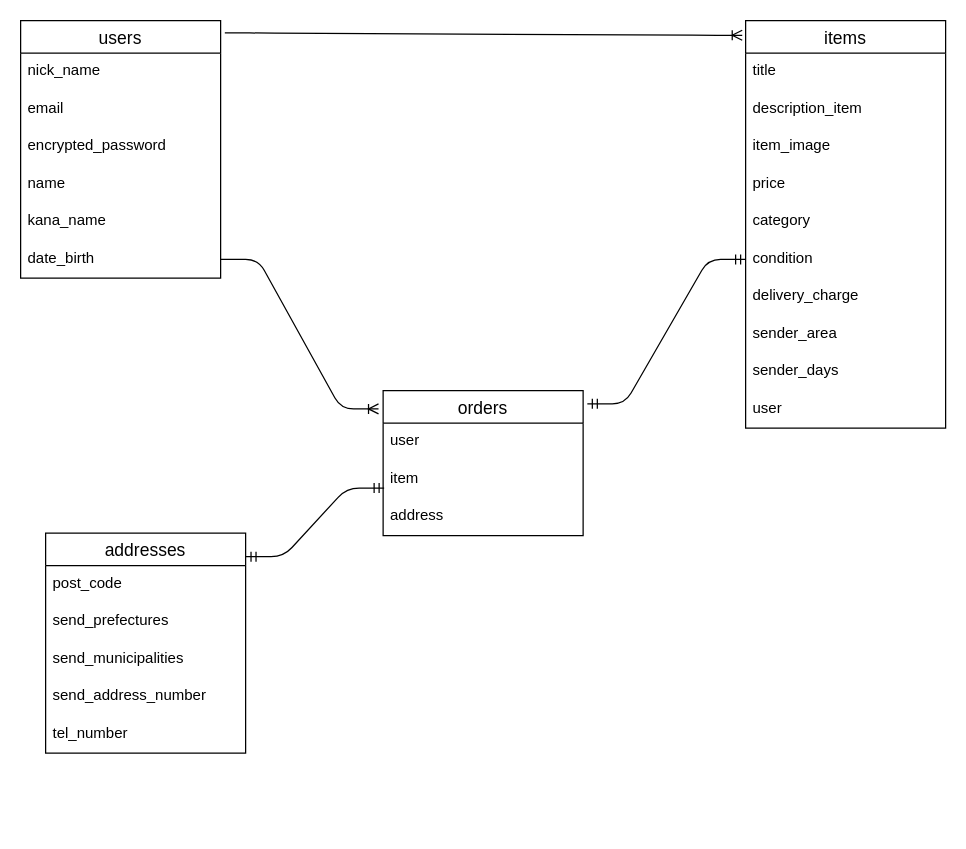
This is page "ページ1" (1 of 2) of er.dio from fuhewat/furima-39379, a draw.io file, before an edit. Source tidied: cells renumbered, new cells numbered last; positions are measured from the earlier drawing's top-left corner, leaving out a move shared by most shapes. Both pictures are drawn from the tidied source at 125%, with x=0, y=0 at pixel (20, 20).
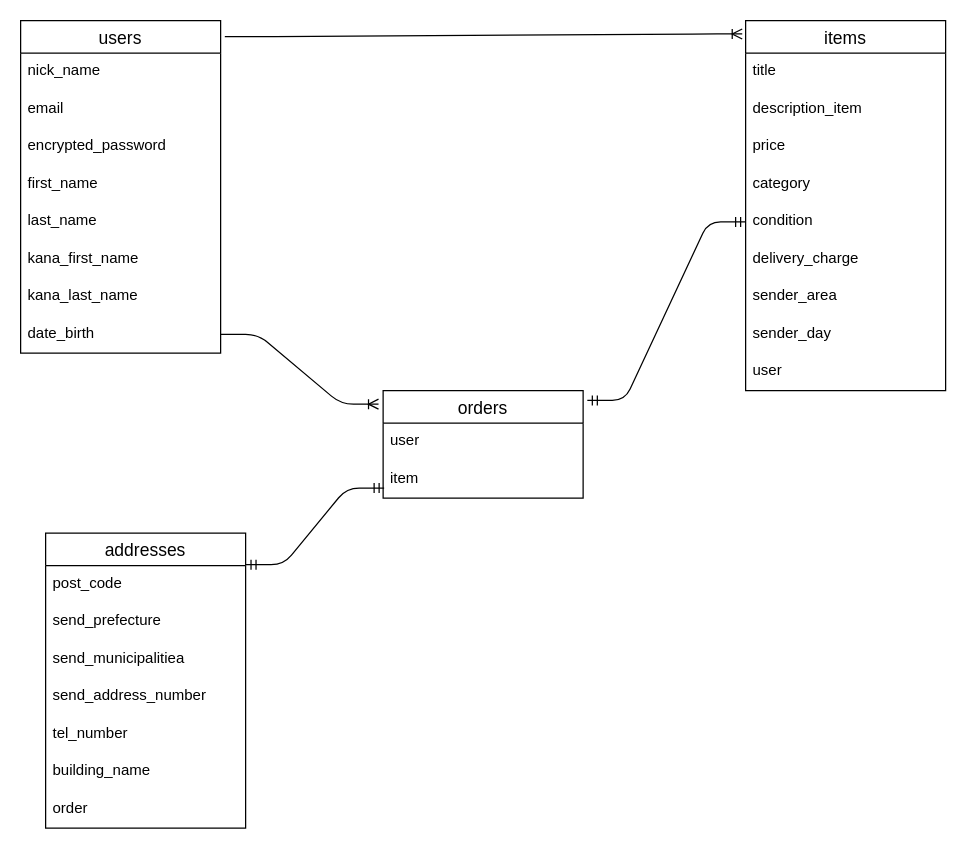
The same page after the edit.

Commit message (it also covers changes not shown here):
ER図、READMEの修正

Diff of the diagram source:
```diff
@@
     <mxCell id="2" value="users" style="swimlane;fontStyle=0;horizontal=1;startSize=26;align=center;fontSize=14;" parent="1" vertex="1">
-      <mxGeometry width="160" height="206" as="geometry" />
+      <mxGeometry width="160" height="266" as="geometry" />
     </mxCell>
@@
-    <mxCell id="6" value="name" style="text;strokeColor=none;fillColor=none;spacingLeft=4;spacingRight=4;overflow=hidden;fontSize=12;" parent="2" vertex="1">
+    <mxCell id="6" value="first_name" style="text;strokeColor=none;fillColor=none;spacingLeft=4;spacingRight=4;overflow=hidden;fontSize=12;" parent="2" vertex="1">
       <mxGeometry y="116" width="160" height="30" as="geometry" />
     </mxCell>
+    <mxCell id="34" value="last_name" style="text;strokeColor=none;fillColor=none;spacingLeft=4;spacingRight=4;overflow=hidden;fontSize=12;" parent="2" vertex="1">
+      <mxGeometry y="146" width="160" height="30" as="geometry" />
+    </mxCell>
-    <mxCell id="7" value="kana_name" style="text;strokeColor=none;fillColor=none;spacingLeft=4;spacingRight=4;overflow=hidden;fontSize=12;" parent="2" vertex="1">
-      <mxGeometry y="146" width="160" height="30" as="geometry" />
+    <mxCell id="7" value="kana_first_name" style="text;strokeColor=none;fillColor=none;spacingLeft=4;spacingRight=4;overflow=hidden;fontSize=12;" parent="2" vertex="1">
+      <mxGeometry y="176" width="160" height="30" as="geometry" />
     </mxCell>
+    <mxCell id="35" value="kana_last_name" style="text;strokeColor=none;fillColor=none;spacingLeft=4;spacingRight=4;overflow=hidden;fontSize=12;" parent="2" vertex="1">
+      <mxGeometry y="206" width="160" height="30" as="geometry" />
+    </mxCell>
     <mxCell id="8" value="date_birth" style="text;strokeColor=none;fillColor=none;spacingLeft=4;spacingRight=4;overflow=hidden;points=[[0,0.5],[1,0.5]];portConstraint=eastwest;fontSize=12;" parent="2" vertex="1">
-      <mxGeometry y="176" width="160" height="30" as="geometry" />
+      <mxGeometry y="236" width="160" height="30" as="geometry" />
     </mxCell>
     <mxCell id="9" value="addresses" style="swimlane;fontStyle=0;horizontal=1;startSize=26;align=center;fontSize=14;" parent="1" vertex="1">
-      <mxGeometry x="20" y="410" width="160" height="176" as="geometry" />
+      <mxGeometry x="20" y="410" width="160" height="236" as="geometry" />
     </mxCell>
@@
-    <mxCell id="11" value="send_prefectures" style="text;strokeColor=none;fillColor=none;spacingLeft=4;spacingRight=4;overflow=hidden;fontSize=12;" parent="9" vertex="1">
+    <mxCell id="11" value="send_prefecture" style="text;strokeColor=none;fillColor=none;spacingLeft=4;spacingRight=4;overflow=hidden;fontSize=12;" parent="9" vertex="1">
       <mxGeometry y="56" width="160" height="30" as="geometry" />
     </mxCell>
-    <mxCell id="12" value="send_municipalities" style="text;strokeColor=none;fillColor=none;spacingLeft=4;spacingRight=4;overflow=hidden;fontSize=12;" parent="9" vertex="1">
+    <mxCell id="12" value="send_municipalitiea" style="text;strokeColor=none;fillColor=none;spacingLeft=4;spacingRight=4;overflow=hidden;fontSize=12;" parent="9" vertex="1">
       <mxGeometry y="86" width="160" height="30" as="geometry" />
     </mxCell>
@@
+    <mxCell id="36" value="building_name" style="text;strokeColor=none;fillColor=none;spacingLeft=4;spacingRight=4;overflow=hidden;fontSize=12;" parent="9" vertex="1">
+      <mxGeometry y="176" width="160" height="30" as="geometry" />
+    </mxCell>
+    <mxCell id="37" value="order" style="text;strokeColor=none;fillColor=none;spacingLeft=4;spacingRight=4;overflow=hidden;fontSize=12;" parent="9" vertex="1">
+      <mxGeometry y="206" width="160" height="30" as="geometry" />
+    </mxCell>
     <mxCell id="15" value="items" style="swimlane;fontStyle=0;horizontal=1;startSize=26;align=center;fontSize=14;" parent="1" vertex="1">
-      <mxGeometry x="580" width="160" height="326" as="geometry" />
+      <mxGeometry x="580" width="160" height="296" as="geometry" />
     </mxCell>
@@
-    <mxCell id="18" value="item_image" style="text;strokeColor=none;fillColor=none;spacingLeft=4;spacingRight=4;overflow=hidden;fontSize=12;" parent="15" vertex="1">
-      <mxGeometry y="86" width="160" height="30" as="geometry" />
-    </mxCell>
     <mxCell id="19" value="price" style="text;strokeColor=none;fillColor=none;spacingLeft=4;spacingRight=4;overflow=hidden;fontSize=12;" parent="15" vertex="1">
-      <mxGeometry y="116" width="160" height="30" as="geometry" />
+      <mxGeometry y="86" width="160" height="30" as="geometry" />
     </mxCell>
     <mxCell id="20" value="category" style="text;strokeColor=none;fillColor=none;spacingLeft=4;spacingRight=4;overflow=hidden;fontSize=12;" parent="15" vertex="1">
-      <mxGeometry y="146" width="160" height="30" as="geometry" />
+      <mxGeometry y="116" width="160" height="30" as="geometry" />
     </mxCell>
     <mxCell id="21" value="condition" style="text;strokeColor=none;fillColor=none;spacingLeft=4;spacingRight=4;overflow=hidden;points=[[0,0.5],[1,0.5]];portConstraint=eastwest;fontSize=12;" parent="15" vertex="1">
-      <mxGeometry y="176" width="160" height="30" as="geometry" />
+      <mxGeometry y="146" width="160" height="30" as="geometry" />
     </mxCell>
     <mxCell id="22" value="delivery_charge" style="text;strokeColor=none;fillColor=none;spacingLeft=4;spacingRight=4;overflow=hidden;fontSize=12;" parent="15" vertex="1">
-      <mxGeometry y="206" width="160" height="30" as="geometry" />
+      <mxGeometry y="176" width="160" height="30" as="geometry" />
     </mxCell>
     <mxCell id="23" value="sender_area" style="text;strokeColor=none;fillColor=none;spacingLeft=4;spacingRight=4;overflow=hidden;fontSize=12;" parent="15" vertex="1">
-      <mxGeometry y="236" width="160" height="30" as="geometry" />
+      <mxGeometry y="206" width="160" height="30" as="geometry" />
     </mxCell>
-    <mxCell id="24" value="sender_days" style="text;strokeColor=none;fillColor=none;spacingLeft=4;spacingRight=4;overflow=hidden;fontSize=12;" parent="15" vertex="1">
-      <mxGeometry y="266" width="160" height="30" as="geometry" />
+    <mxCell id="24" value="sender_day" style="text;strokeColor=none;fillColor=none;spacingLeft=4;spacingRight=4;overflow=hidden;fontSize=12;" parent="15" vertex="1">
+      <mxGeometry y="236" width="160" height="30" as="geometry" />
     </mxCell>
     <mxCell id="25" value="user" style="text;strokeColor=none;fillColor=none;spacingLeft=4;spacingRight=4;overflow=hidden;fontSize=12;" parent="15" vertex="1">
-      <mxGeometry y="296" width="160" height="30" as="geometry" />
+      <mxGeometry y="266" width="160" height="30" as="geometry" />
     </mxCell>
     <mxCell id="26" value="orders" style="swimlane;fontStyle=0;horizontal=1;startSize=26;align=center;fontSize=14;" parent="1" vertex="1">
-      <mxGeometry x="290" y="296" width="160" height="116" as="geometry" />
+      <mxGeometry x="290" y="296" width="160" height="86" as="geometry" />
     </mxCell>
@@
-    <mxCell id="29" value="address" style="text;strokeColor=none;fillColor=none;spacingLeft=4;spacingRight=4;overflow=hidden;fontSize=12;" parent="26" vertex="1">
-      <mxGeometry y="86" width="160" height="30" as="geometry" />
-    </mxCell>
```
